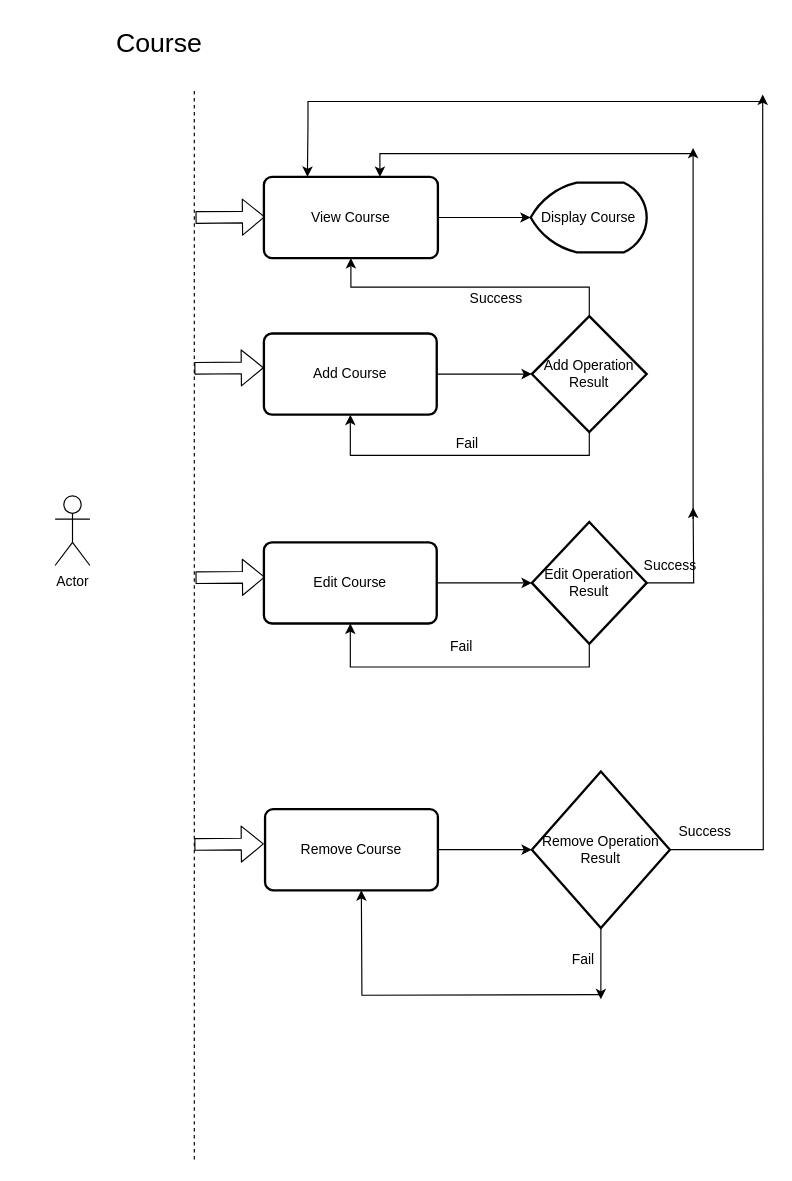
Before: Diagrams/Course Dia.drawio in chicupatel-developer/University-Admin, a draw.io diagram. Source tidied: cells renumbered, new cells numbered last; positions are measured from the earlier drawing's top-left corner, leaving out a move shared by most shapes. Both pictures are drawn from the tidied source at 116%, with x=0, y=0 at pixel (31, 20).
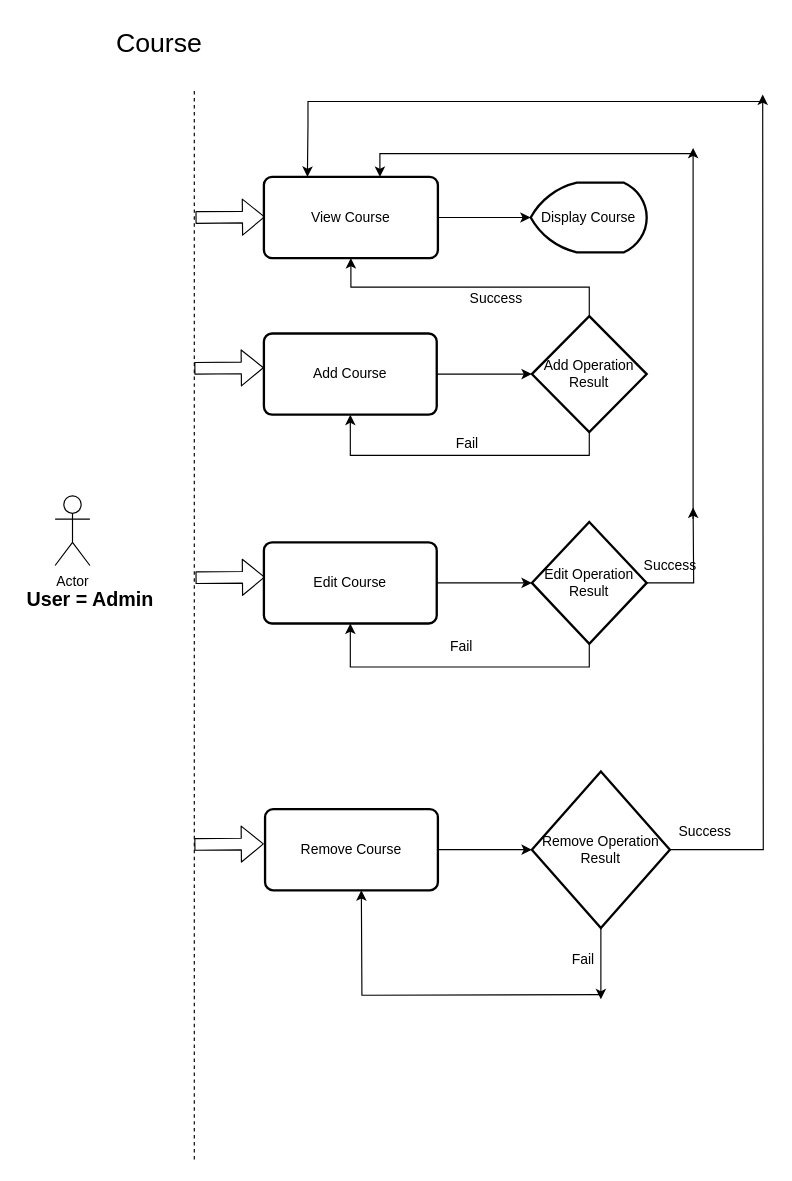
The same diagram, later.

Change to the diagram source:
```diff
@@
+    <mxCell id="37" value="&lt;font style=&quot;font-size: 17px&quot;&gt;&lt;b&gt;User = Admin&lt;/b&gt;&lt;/font&gt;" style="text;html=1;align=center;verticalAlign=middle;strokeColor=none;" parent="1" vertex="1">
+      <mxGeometry x="-10" y="490" width="120" height="20" as="geometry" />
+    </mxCell>
```
